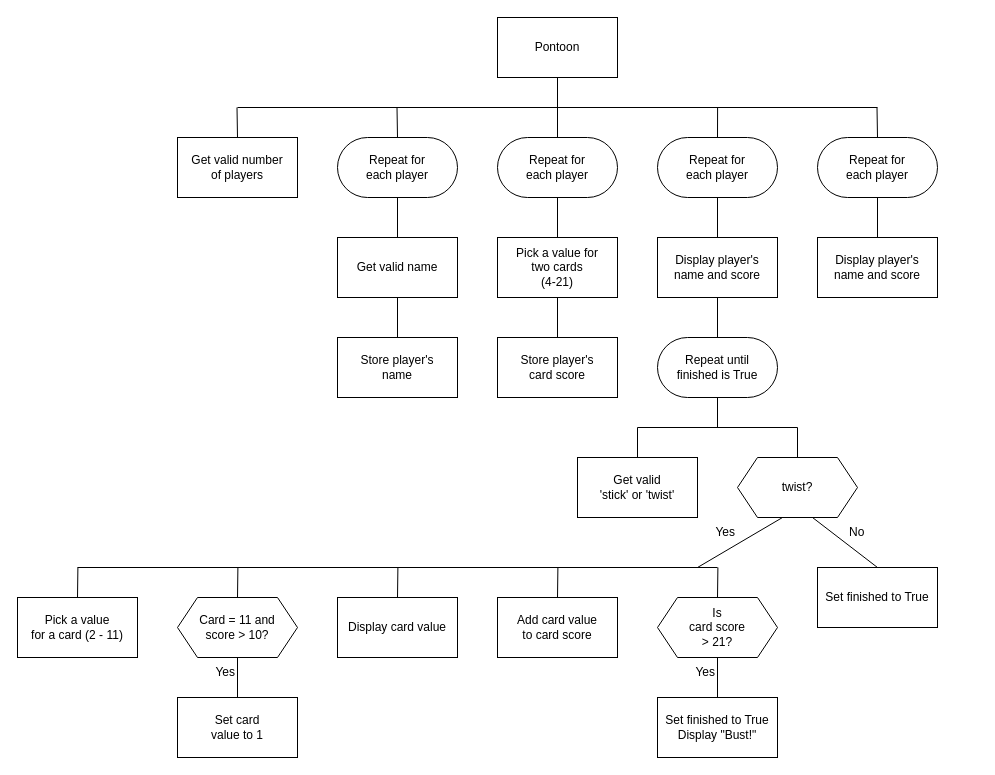
This is n5/sdd/N5-SDD-Pontoon/assets/N5-SDD-Pontoon.drawio from MrFriendCS/MrFriendCS.github.io, a draw.io file, before an edit. Source tidied: cells renumbered, new cells numbered last; positions are measured from the earlier drawing's top-left corner, leaving out a move shared by most shapes. Both pictures are drawn from the tidied source at 100%, with x=0, y=0 at pixel (17, 17).
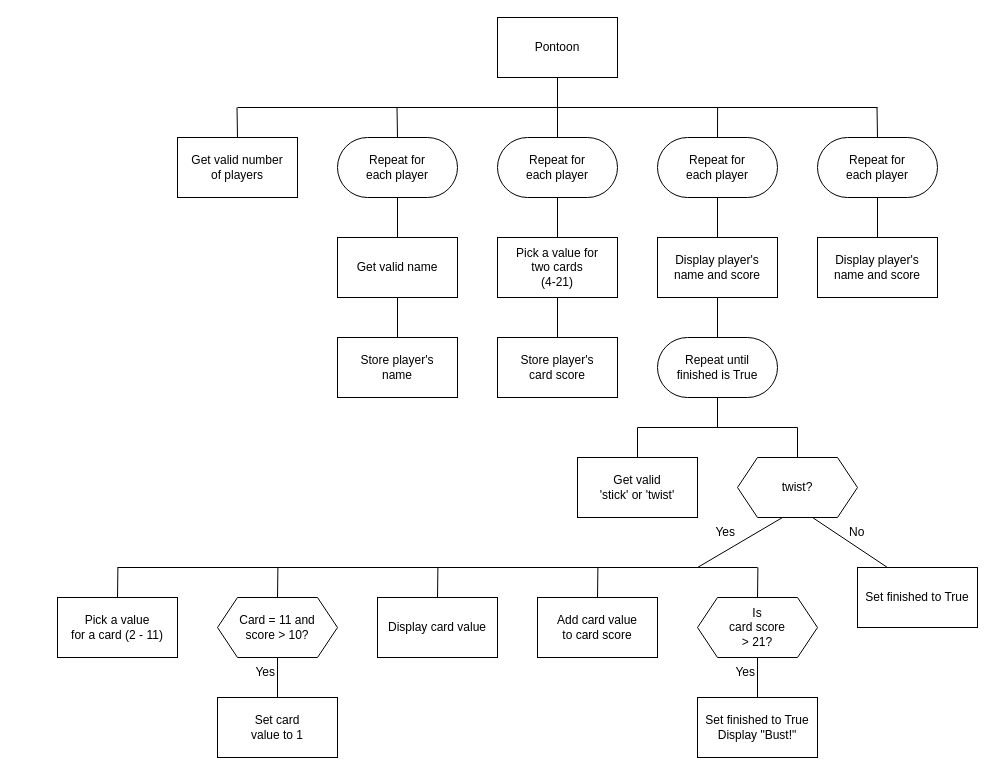
After the change.

Unchanged cells that the change refers to:
```xml
<mxCell id="29" value="twist?" style="shape=hexagon;perimeter=hexagonPerimeter2;whiteSpace=wrap;html=1;fixedSize=1;" parent="1" vertex="1">
  <mxGeometry x="720" y="440" width="120" height="60" as="geometry" />
</mxCell>
```

Change to the diagram source:
```diff
@@
-    <mxCell id="28" style="rounded=0;jettySize=auto;html=1;exitX=0.625;exitY=1;exitDx=0;exitDy=0;entryX=0.5;entryY=0;entryDx=0;entryDy=0;endArrow=none;endFill=0;" parent="1" edge="1" source="29" target="54">
+    <mxCell id="28" style="rounded=0;jettySize=auto;html=1;exitX=0.625;exitY=1;exitDx=0;exitDy=0;entryX=0.25;entryY=0;entryDx=0;entryDy=0;endArrow=none;endFill=0;" parent="1" edge="1" source="29" target="54">
       <mxGeometry relative="1" as="geometry" />
     </mxCell>
@@
     <mxCell id="30" style="edgeStyle=none;shape=connector;rounded=0;jettySize=auto;html=1;exitX=0.5;exitY=0;exitDx=0;exitDy=0;labelBackgroundColor=default;strokeColor=default;fontFamily=Helvetica;fontSize=11;fontColor=default;endArrow=none;endFill=0;" parent="1" edge="1" source="31">
       <mxGeometry relative="1" as="geometry">
-        <mxPoint x="540.4" y="550" as="targetPoint" />
+        <mxPoint x="580.4" y="550" as="targetPoint" />
       </mxGeometry>
     </mxCell>
     <mxCell id="31" value="Add card value&lt;br&gt;to card score" style="rounded=0;whiteSpace=wrap;html=1;" parent="1" vertex="1">
-      <mxGeometry x="480" y="580" width="120" height="60" as="geometry" />
+      <mxGeometry x="520" y="580" width="120" height="60" as="geometry" />
     </mxCell>
     <mxCell id="32" style="edgeStyle=none;shape=connector;rounded=0;jettySize=auto;html=1;exitX=0.5;exitY=0;exitDx=0;exitDy=0;labelBackgroundColor=default;strokeColor=default;fontFamily=Helvetica;fontSize=11;fontColor=default;endArrow=none;endFill=0;" parent="1" edge="1" source="33">
       <mxGeometry relative="1" as="geometry">
-        <mxPoint x="60.4" y="550" as="targetPoint" />
+        <mxPoint x="100.4" y="550" as="targetPoint" />
       </mxGeometry>
     </mxCell>
     <mxCell id="33" value="Pick a value&lt;br&gt;for a card (2 - 11)" style="rounded=0;whiteSpace=wrap;html=1;" parent="1" vertex="1">
-      <mxGeometry y="580" width="120" height="60" as="geometry" />
+      <mxGeometry x="40" y="580" width="120" height="60" as="geometry" />
     </mxCell>
@@
     <mxCell id="35" style="edgeStyle=none;shape=connector;rounded=0;jettySize=auto;html=1;exitX=0.5;exitY=0;exitDx=0;exitDy=0;labelBackgroundColor=default;strokeColor=default;fontFamily=Helvetica;fontSize=11;fontColor=default;endArrow=none;endFill=0;" parent="1" edge="1" source="36">
       <mxGeometry relative="1" as="geometry">
-        <mxPoint x="220.4" y="550" as="targetPoint" />
+        <mxPoint x="260.4" y="550" as="targetPoint" />
       </mxGeometry>
     </mxCell>
     <mxCell id="36" value="Card = 11 and&lt;br&gt;score &amp;gt; 10?" style="shape=hexagon;perimeter=hexagonPerimeter2;whiteSpace=wrap;html=1;fixedSize=1;" parent="1" vertex="1">
-      <mxGeometry x="160" y="580" width="120" height="60" as="geometry" />
+      <mxGeometry x="200" y="580" width="120" height="60" as="geometry" />
     </mxCell>
     <mxCell id="37" value="Set card&lt;br&gt;value to 1" style="rounded=0;whiteSpace=wrap;html=1;" parent="1" vertex="1">
-      <mxGeometry x="160" y="680" width="120" height="60" as="geometry" />
+      <mxGeometry x="200" y="680" width="120" height="60" as="geometry" />
     </mxCell>
@@
     <mxCell id="39" style="edgeStyle=none;shape=connector;rounded=0;jettySize=auto;html=1;exitX=0.5;exitY=0;exitDx=0;exitDy=0;labelBackgroundColor=default;strokeColor=default;fontFamily=Helvetica;fontSize=11;fontColor=default;endArrow=none;endFill=0;" parent="1" edge="1" source="40">
       <mxGeometry relative="1" as="geometry">
-        <mxPoint x="700.4" y="550" as="targetPoint" />
+        <mxPoint x="740.4" y="550" as="targetPoint" />
       </mxGeometry>
     </mxCell>
     <mxCell id="40" value="Is&lt;div&gt;card score&lt;/div&gt;&lt;div&gt;&amp;gt; 21?&lt;/div&gt;" style="shape=hexagon;perimeter=hexagonPerimeter2;whiteSpace=wrap;html=1;fixedSize=1;" parent="1" vertex="1">
-      <mxGeometry x="640" y="580" width="120" height="60" as="geometry" />
+      <mxGeometry x="680" y="580" width="120" height="60" as="geometry" />
     </mxCell>
     <mxCell id="41" value="Set finished to True&lt;div&gt;Display &quot;Bust!&quot;&lt;/div&gt;" style="rounded=0;whiteSpace=wrap;html=1;" parent="1" vertex="1">
-      <mxGeometry x="640" y="680" width="120" height="60" as="geometry" />
+      <mxGeometry x="680" y="680" width="120" height="60" as="geometry" />
     </mxCell>
@@
     <mxCell id="46" style="endArrow=none;html=1;rounded=0;labelBackgroundColor=default;strokeColor=default;fontFamily=Helvetica;fontSize=11;fontColor=default;shape=connector;" parent="1" edge="1">
       <mxGeometry relative="1" as="geometry">
-        <mxPoint x="60" y="550" as="sourcePoint" />
-        <mxPoint x="700" y="550" as="targetPoint" />
+        <mxPoint x="100" y="550" as="sourcePoint" />
+        <mxPoint x="740" y="550" as="targetPoint" />
       </mxGeometry>
     </mxCell>
@@
     <mxCell id="50" value="Yes" style="text;html=1;align=right;verticalAlign=middle;whiteSpace=wrap;rounded=0;" parent="1" vertex="1">
-      <mxGeometry x="660" y="640" width="40" height="30" as="geometry" />
+      <mxGeometry x="700" y="640" width="40" height="30" as="geometry" />
     </mxCell>
     <mxCell id="51" value="Yes" style="text;html=1;align=right;verticalAlign=middle;whiteSpace=wrap;rounded=0;" parent="1" vertex="1">
-      <mxGeometry x="180" y="640" width="40" height="30" as="geometry" />
+      <mxGeometry x="220" y="640" width="40" height="30" as="geometry" />
     </mxCell>
     <mxCell id="52" style="edgeStyle=none;shape=connector;rounded=0;jettySize=auto;html=1;exitX=0.5;exitY=0;exitDx=0;exitDy=0;labelBackgroundColor=default;strokeColor=default;fontFamily=Helvetica;fontSize=11;fontColor=default;endArrow=none;endFill=0;" parent="1" edge="1" source="53">
       <mxGeometry relative="1" as="geometry">
-        <mxPoint x="380.4" y="550" as="targetPoint" />
+        <mxPoint x="420.4" y="550" as="targetPoint" />
       </mxGeometry>
     </mxCell>
     <mxCell id="53" value="Display card value" style="rounded=0;whiteSpace=wrap;html=1;" parent="1" vertex="1">
-      <mxGeometry x="320" y="580" width="120" height="60" as="geometry" />
+      <mxGeometry x="360" y="580" width="120" height="60" as="geometry" />
     </mxCell>
     <mxCell id="54" value="Set finished to True" style="rounded=0;whiteSpace=wrap;html=1;" parent="1" vertex="1">
-      <mxGeometry x="800" y="550" width="120" height="60" as="geometry" />
+      <mxGeometry x="840" y="550" width="120" height="60" as="geometry" />
     </mxCell>
```
